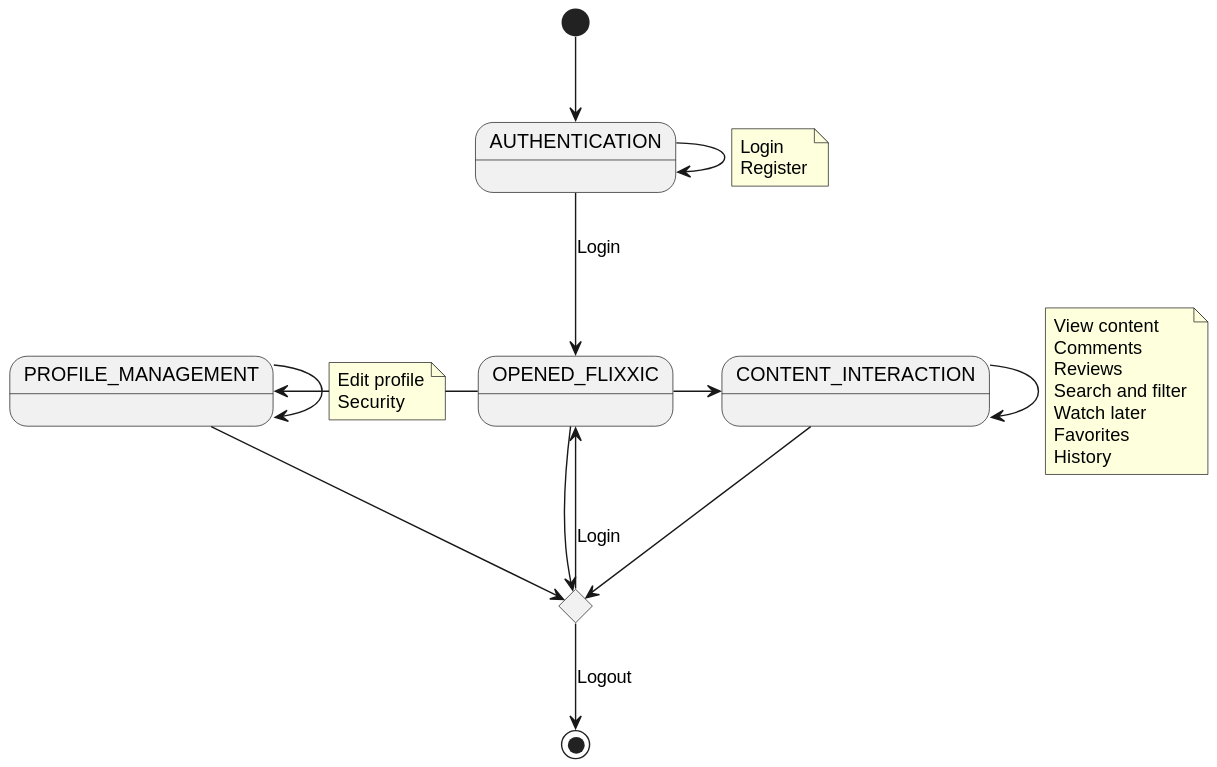
Earlier version of the PlantUML export images/docs/1-requeriments/1-actors-use-cases/user/use-cases-context-v2.svg (vfred0/requeriments-flixxic). Source of this version:
```plantuml
@startuml use-cases-context-v2

[*] --> AUTHENTICATION

AUTHENTICATION --> OPENED_FLIXXIC: Login
OPENED_FLIXXIC -right-> CONTENT_INTERACTION
OPENED_FLIXXIC -left-> PROFILE_MANAGEMENT

CONTENT_INTERACTION --> CONTENT_INTERACTION
note on link
  View content
  Comments
  Reviews
  Search and filter
  Watch later
  Favorites
  History
end note


AUTHENTICATION --> AUTHENTICATION
note on link
  Login
  Register
end note

PROFILE_MANAGEMENT --> PROFILE_MANAGEMENT
note on link
  Edit profile
  Security
end note

state logout <<choice>>


CONTENT_INTERACTION --> logout
PROFILE_MANAGEMENT --> logout

OPENED_FLIXXIC --> logout
logout --> [*]: Logout
logout -left-> OPENED_FLIXXIC: Login
@enduml
```
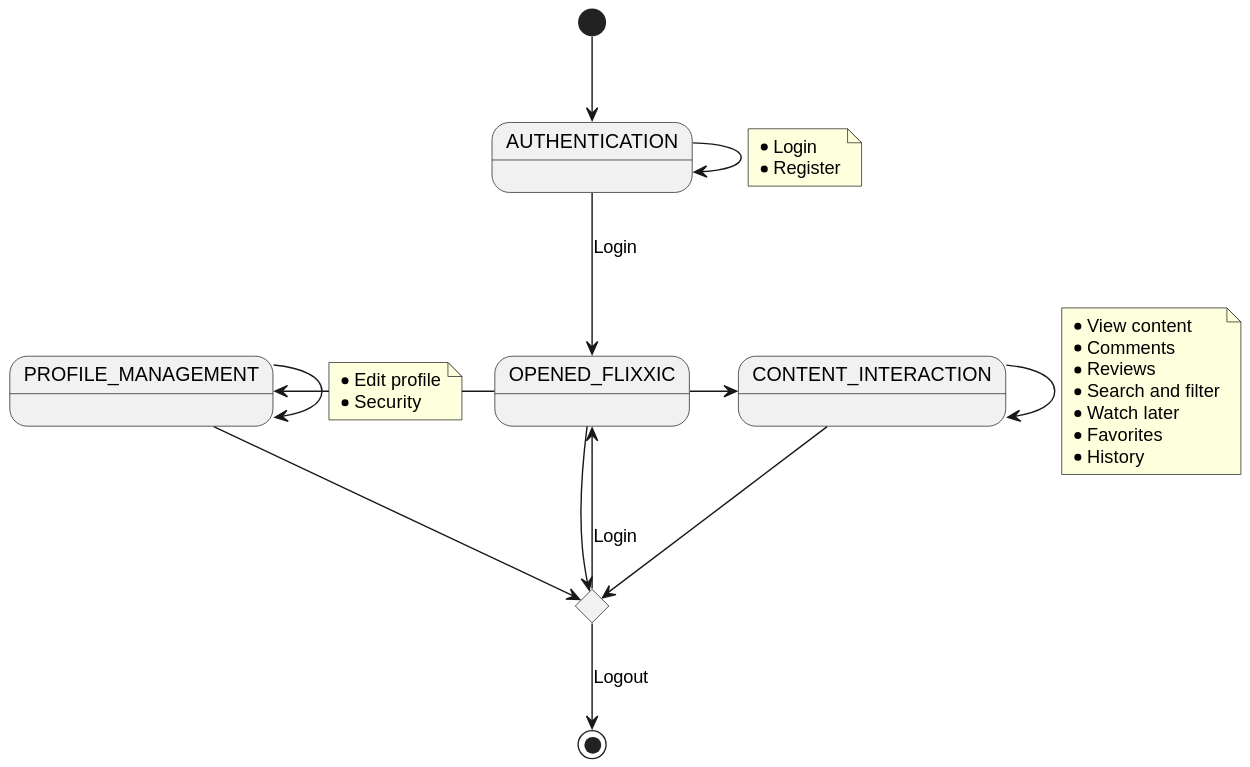
The same diagram one commit later.

What changed in the source:
```diff
@@ -8,26 +8,26 @@
 
 CONTENT_INTERACTION --> CONTENT_INTERACTION
 note on link
-  View content
-  Comments
-  Reviews
-  Search and filter
-  Watch later
-  Favorites
-  History
+  * View content
+  * Comments
+  * Reviews
+  * Search and filter
+  * Watch later
+  * Favorites
+  * History
 end note
 
 
 AUTHENTICATION --> AUTHENTICATION
 note on link
-  Login
-  Register
+  * Login
+  * Register
 end note
 
 PROFILE_MANAGEMENT --> PROFILE_MANAGEMENT
 note on link
-  Edit profile
-  Security
+  * Edit profile
+  * Security
 end note
 
 state logout <<choice>>
```
